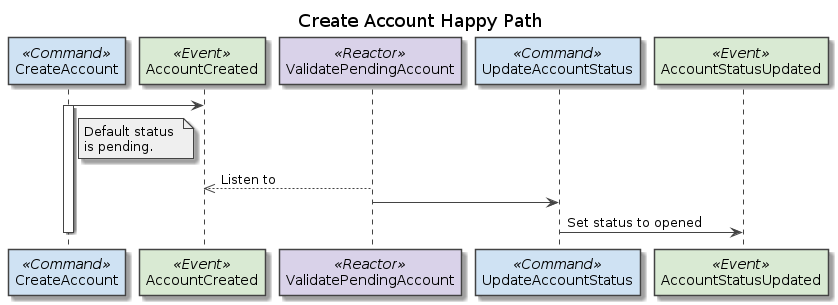
This is docs/rendered-sequence_create_account.png from wcalderipe/ma-banque, a PlantUML export, as it was before one commit. Source of this version:
```plantuml
@startuml




skinparam note {
    BackgroundColor #efefef
    BorderColor #434343
}

skinparam sequence {
    LifeLineBorderColor #434343

    ParticipantBorderColor #434343
    ParticipantBackgroundColor #fff2cc

    ParticipantBackgroundColor<< Command >> #cfe2f3
    ParticipantBackgroundColor<< Event >> #d9ead3
    ParticipantBackgroundColor<< Reactor >> #d9d2e9
}

skinparam usecase {
    BorderColor #434343
    ArrowColor #434343

    BackgroundColor<< Command >> #cfe2f3
    BackgroundColor<< Event >> #d9ead3
    BackgroundColor<< Reactor >> #d9d2e9
}


title Create Account Happy Path

participant CreateAccount << Command >>
participant AccountCreated << Event >>
participant ValidatePendingAccount << Reactor >>
participant UpdateAccountStatus << Command >>
participant AccountStatusUpdated << Event >>

CreateAccount -> AccountCreated
note right of CreateAccount
    Default status
    is pending.
end note
activate CreateAccount
    ValidatePendingAccount -->> AccountCreated : Listen to
    ValidatePendingAccount -> UpdateAccountStatus
    UpdateAccountStatus -> AccountStatusUpdated : Set status to opened
deactivate CreateAccount

@enduml
```
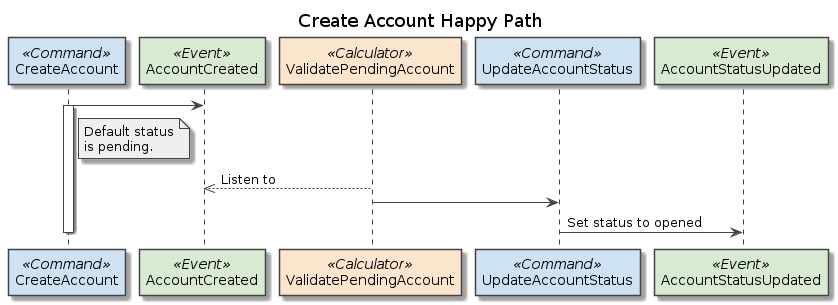
Above is the later version.

Commit message:
Add calculators in the sequence diagrams

Diff of the diagram source:
```diff
@@ -10,6 +10,7 @@
 
 skinparam sequence {
     LifeLineBorderColor #434343
+    ArrowColor #434343
 
     ParticipantBorderColor #434343
     ParticipantBackgroundColor #fff2cc
@@ -17,15 +18,7 @@
     ParticipantBackgroundColor<< Command >> #cfe2f3
     ParticipantBackgroundColor<< Event >> #d9ead3
     ParticipantBackgroundColor<< Reactor >> #d9d2e9
-}
-
-skinparam usecase {
-    BorderColor #434343
-    ArrowColor #434343
-
-    BackgroundColor<< Command >> #cfe2f3
-    BackgroundColor<< Event >> #d9ead3
-    BackgroundColor<< Reactor >> #d9d2e9
+    ParticipantBackgroundColor<< Calculator >> #fce5cd
 }
 
 
@@ -33,7 +26,7 @@
 
 participant CreateAccount << Command >>
 participant AccountCreated << Event >>
-participant ValidatePendingAccount << Reactor >>
+participant ValidatePendingAccount << Calculator >>
 participant UpdateAccountStatus << Command >>
 participant AccountStatusUpdated << Event >>
 
```
